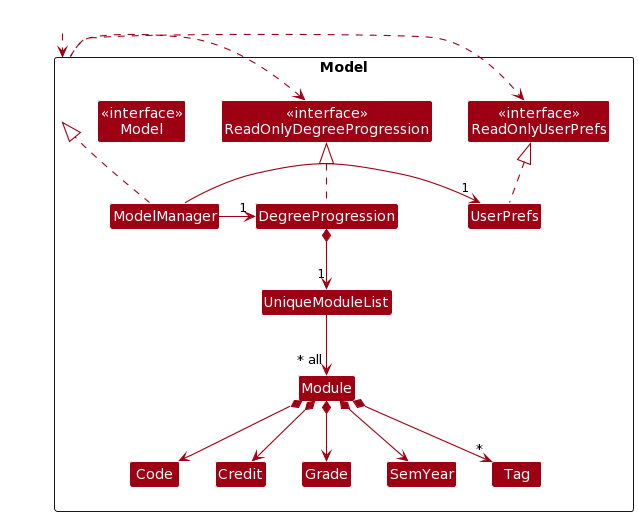
Earlier version of the PlantUML export docs/images/ModelClassDiagram.png (nus-cs2103-AY2223S2/tp).
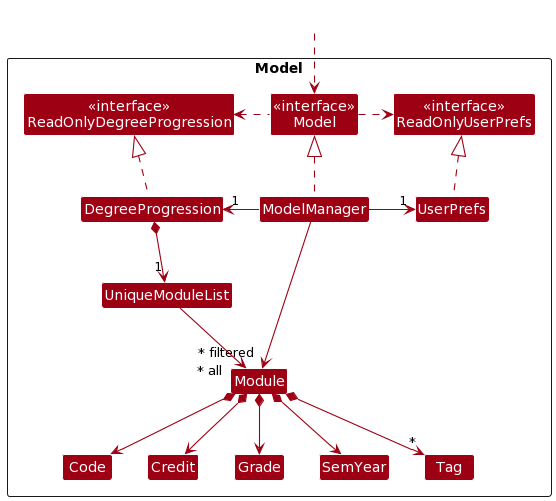
Later version of the same file.

Commit message:
Replace diagrams with arrows pointing to package instead of interface

Change to the diagram source:
```diff
@@ -72,7 +72,7 @@
 Package Model <<Rectangle>>{
 Class "<<interface>>\nReadOnlyDegreeProgression" as ReadOnlyDegreeProgression
 Class "<<interface>>\nReadOnlyUserPrefs" as ReadOnlyUserPrefs
-Class "<<interface>>\nModel" as Model
+Class "<<interface>>\nModel" as Model1
 Class DegreeProgression
 Class ModelManager
 Class UserPrefs
@@ -88,13 +88,13 @@
 }
 
 Class HiddenOutside #FFFFFF
-HiddenOutside ..> Model
+HiddenOutside ..> Model1
 
 DegreeProgression .up.|> ReadOnlyDegreeProgression
 
-ModelManager .up.|> Model
-Model .right.> ReadOnlyUserPrefs
-Model .left.> ReadOnlyDegreeProgression
+ModelManager .up.|> Model1
+Model1 .right.> ReadOnlyUserPrefs
+Model1 .left.> ReadOnlyDegreeProgression
 ModelManager -left-> "1" DegreeProgression
 ModelManager -right-> "1" UserPrefs
 UserPrefs .up.|> ReadOnlyUserPrefs
@@ -110,4 +110,6 @@
 Code -[hidden]right-> Credit
 Credit -[hidden]right-> Grade
 Grade -[hidden]right-> SemYear
+
+ModelManager -->"~* filtered" Module
 @enduml
```
